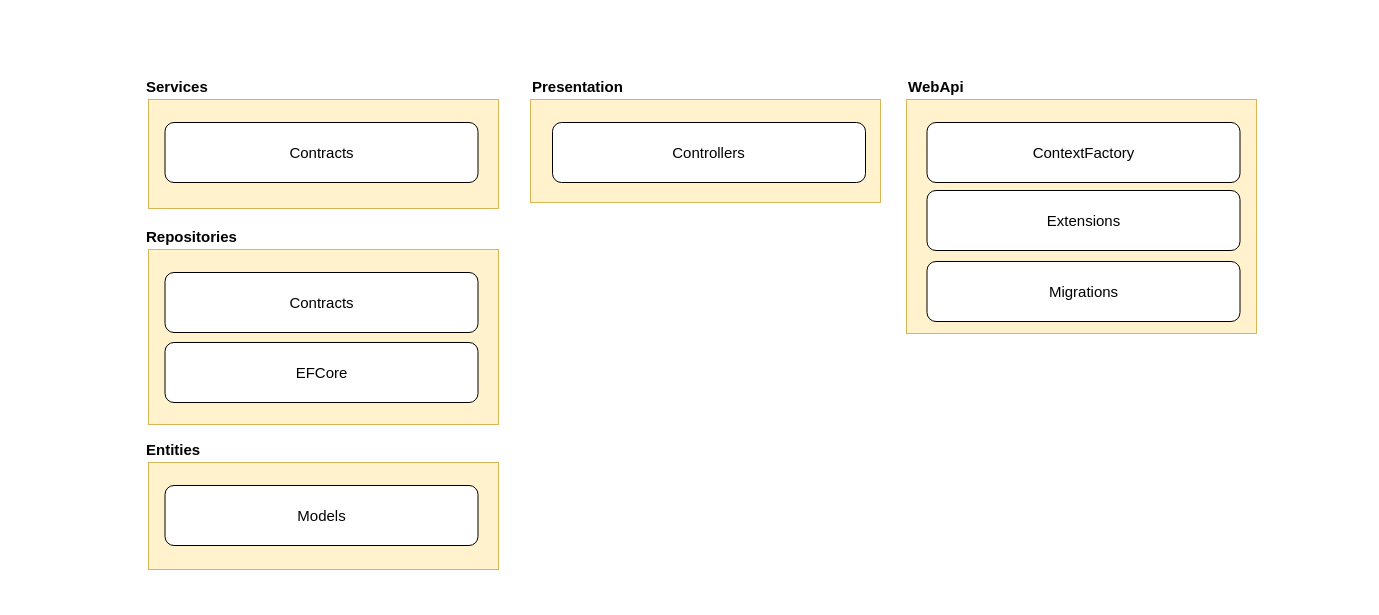
The draw.io diagram drawing.drawio in TopGuru777/BTK-Akademi-ASPNET-Core-Web-Api, before the edit. Source tidied: cells renumbered, new cells numbered last; positions are measured from the earlier drawing's top-left corner, leaving out a move shared by most shapes. Both pictures are drawn from the tidied source at 100%, with x=0, y=0 at pixel (144, 76).
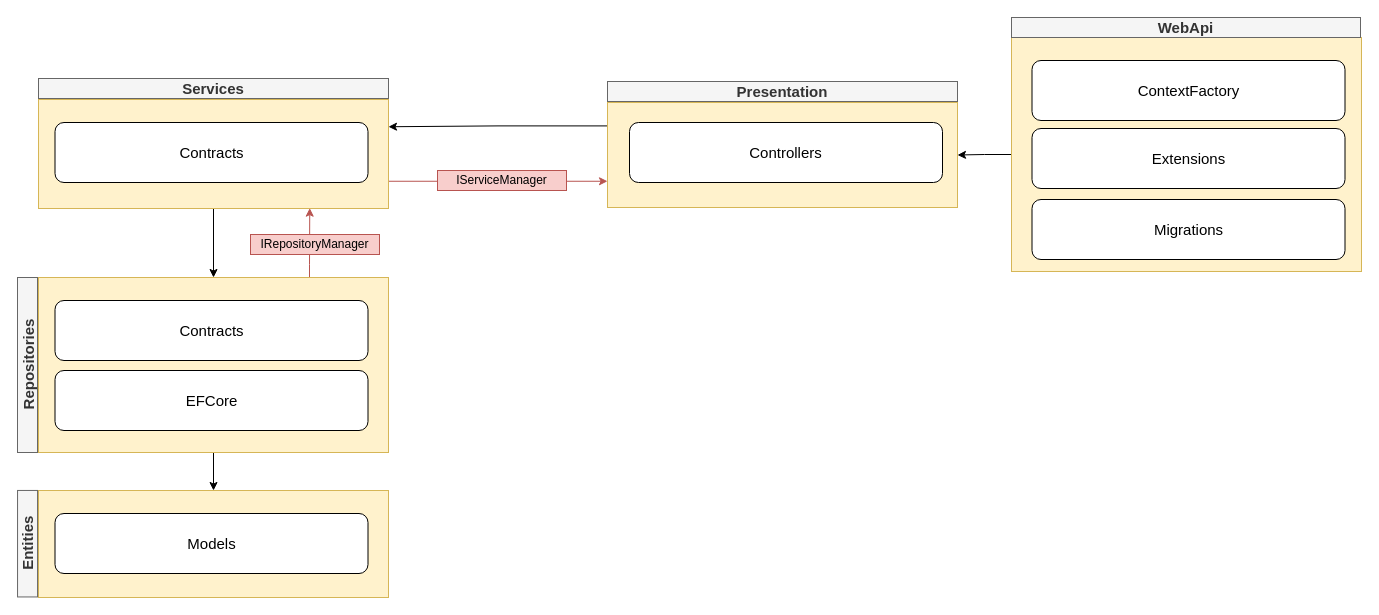
Above is the later version.

The edit, as a diff of the source:
```diff
@@
+    <mxCell id="20" style="edgeStyle=orthogonalEdgeStyle;rounded=0;jettySize=auto;html=1;entryX=1;entryY=0.5;entryDx=0;entryDy=0;" parent="1" edge="1" source="2" target="15">
+      <mxGeometry relative="1" as="geometry" />
+    </mxCell>
     <mxCell id="2" style="rounded=1;whiteSpace=wrap;html=1;fillColor=#fff2cc;strokeColor=#d6b656;arcSize=0;" parent="1" vertex="1">
-      <mxGeometry x="762" y="23" width="350" height="234" as="geometry" />
+      <mxGeometry x="867" y="-39" width="350" height="234" as="geometry" />
     </mxCell>
     <mxCell id="3" value="Migrations" style="rounded=1;whiteSpace=wrap;html=1;fontSize=15;" parent="1" vertex="1">
-      <mxGeometry x="782.5" y="185" width="313" height="60" as="geometry" />
+      <mxGeometry x="887.5" y="123" width="313" height="60" as="geometry" />
     </mxCell>
     <mxCell id="4" style="rounded=1;whiteSpace=wrap;html=1;fillColor=#fff2cc;strokeColor=#d6b656;arcSize=0;" parent="1" vertex="1">
-      <mxGeometry x="4" y="386" width="350" height="107" as="geometry" />
+      <mxGeometry x="-106" y="414" width="350" height="107" as="geometry" />
     </mxCell>
     <mxCell id="5" value="Models" style="rounded=1;whiteSpace=wrap;html=1;fontSize=15;" parent="1" vertex="1">
-      <mxGeometry x="20.5" y="409" width="313" height="60" as="geometry" />
+      <mxGeometry x="-89.5" y="437" width="313" height="60" as="geometry" />
     </mxCell>
-    <mxCell id="6" value="WebApi" style="text;html=1;strokeColor=none;fillColor=none;align=left;verticalAlign=middle;whiteSpace=wrap;rounded=0;fontSize=15;fontStyle=1;" parent="1" vertex="1">
-      <mxGeometry x="762" width="354" height="20" as="geometry" />
+    <mxCell id="6" value="WebApi" style="text;html=1;strokeColor=#666666;fillColor=#f5f5f5;align=center;verticalAlign=middle;whiteSpace=wrap;rounded=0;fontSize=15;fontStyle=1;fontColor=#333333;" parent="1" vertex="1">
+      <mxGeometry x="867" y="-59" width="349" height="20" as="geometry" />
     </mxCell>
-    <mxCell id="7" value="Entities" style="text;html=1;strokeColor=none;fillColor=none;align=left;verticalAlign=middle;whiteSpace=wrap;rounded=0;fontSize=15;fontStyle=1;" parent="1" vertex="1">
-      <mxGeometry y="363" width="354" height="20" as="geometry" />
-    </mxCell>
+    <mxCell id="21" style="edgeStyle=orthogonalEdgeStyle;rounded=0;jettySize=auto;html=1;entryX=0.5;entryY=0;entryDx=0;entryDy=0;" parent="1" edge="1" source="8" target="4">
+      <mxGeometry relative="1" as="geometry" />
+    </mxCell>
+    <mxCell id="22" style="edgeStyle=orthogonalEdgeStyle;rounded=0;jettySize=auto;html=1;entryX=0.775;entryY=0.997;entryDx=0;entryDy=0;entryPerimeter=0;fillColor=#f8cecc;strokeColor=#b85450;" parent="1" edge="1" source="8" target="12">
+      <mxGeometry x="-0.18" y="-133" relative="1" as="geometry">
+        <Array as="points">
+          <mxPoint x="165" y="188" />
+          <mxPoint x="165" y="188" />
+        </Array>
+      </mxGeometry>
+    </mxCell>
     <mxCell id="8" style="rounded=1;whiteSpace=wrap;html=1;fillColor=#fff2cc;strokeColor=#d6b656;arcSize=0;" parent="1" vertex="1">
-      <mxGeometry x="4" y="173" width="350" height="175" as="geometry" />
+      <mxGeometry x="-106" y="201" width="350" height="175" as="geometry" />
     </mxCell>
     <mxCell id="9" value="Contracts" style="rounded=1;whiteSpace=wrap;html=1;fontSize=15;" parent="1" vertex="1">
-      <mxGeometry x="20.5" y="196" width="313" height="60" as="geometry" />
+      <mxGeometry x="-89.5" y="224" width="313" height="60" as="geometry" />
     </mxCell>
-    <mxCell id="10" value="Repositories" style="text;html=1;strokeColor=none;fillColor=none;align=left;verticalAlign=middle;whiteSpace=wrap;rounded=0;fontSize=15;fontStyle=1;" parent="1" vertex="1">
-      <mxGeometry y="150" width="354" height="20" as="geometry" />
+    <mxCell id="10" value="Repositories" style="text;html=1;strokeColor=#666666;fillColor=#f5f5f5;align=center;verticalAlign=middle;whiteSpace=wrap;rounded=0;fontSize=15;fontStyle=1;rotation=-90;fontColor=#333333;" parent="1" vertex="1">
+      <mxGeometry x="-204.5" y="278.5" width="175" height="20" as="geometry" />
     </mxCell>
     <mxCell id="11" value="EFCore" style="rounded=1;whiteSpace=wrap;html=1;fontSize=15;" parent="1" vertex="1">
-      <mxGeometry x="20.5" y="266" width="313" height="60" as="geometry" />
+      <mxGeometry x="-89.5" y="294" width="313" height="60" as="geometry" />
     </mxCell>
+    <mxCell id="23" style="edgeStyle=orthogonalEdgeStyle;rounded=0;jettySize=auto;html=1;entryX=0.5;entryY=0;entryDx=0;entryDy=0;" parent="1" edge="1" source="12" target="8">
+      <mxGeometry relative="1" as="geometry" />
+    </mxCell>
+    <mxCell id="24" style="edgeStyle=orthogonalEdgeStyle;rounded=0;jettySize=auto;html=1;exitX=1;exitY=0.75;exitDx=0;exitDy=0;entryX=0;entryY=0.75;entryDx=0;entryDy=0;fillColor=#f8cecc;strokeColor=#b85450;" parent="1" edge="1" source="12" target="15">
+      <mxGeometry relative="1" as="geometry" />
+    </mxCell>
     <mxCell id="12" style="rounded=1;whiteSpace=wrap;html=1;fillColor=#fff2cc;strokeColor=#d6b656;arcSize=0;" parent="1" vertex="1">
-      <mxGeometry x="4" y="23" width="350" height="109" as="geometry" />
+      <mxGeometry x="-106" y="23" width="350" height="109" as="geometry" />
     </mxCell>
     <mxCell id="13" value="Contracts" style="rounded=1;whiteSpace=wrap;html=1;fontSize=15;" parent="1" vertex="1">
-      <mxGeometry x="20.5" y="46" width="313" height="60" as="geometry" />
+      <mxGeometry x="-89.5" y="46" width="313" height="60" as="geometry" />
     </mxCell>
-    <mxCell id="14" value="Services" style="text;html=1;strokeColor=none;fillColor=none;align=left;verticalAlign=middle;whiteSpace=wrap;rounded=0;fontSize=15;fontStyle=1;" parent="1" vertex="1">
-      <mxGeometry width="354" height="20" as="geometry" />
+    <mxCell id="14" value="Services" style="text;html=1;strokeColor=#666666;fillColor=#f5f5f5;align=center;verticalAlign=middle;whiteSpace=wrap;rounded=0;fontSize=15;fontStyle=1;fontColor=#333333;" parent="1" vertex="1">
+      <mxGeometry x="-106" y="2" width="350" height="20" as="geometry" />
     </mxCell>
+    <mxCell id="25" style="edgeStyle=orthogonalEdgeStyle;rounded=0;jettySize=auto;html=1;entryX=1;entryY=0.25;entryDx=0;entryDy=0;exitX=0.002;exitY=0.223;exitDx=0;exitDy=0;exitPerimeter=0;" parent="1" edge="1" source="15" target="12">
+      <mxGeometry relative="1" as="geometry" />
+    </mxCell>
     <mxCell id="15" style="rounded=1;whiteSpace=wrap;html=1;fillColor=#fff2cc;strokeColor=#d6b656;arcSize=0;" parent="1" vertex="1">
-      <mxGeometry x="386" y="23" width="350" height="103" as="geometry" />
+      <mxGeometry x="463" y="26" width="350" height="105" as="geometry" />
     </mxCell>
     <mxCell id="16" value="Controllers" style="rounded=1;whiteSpace=wrap;html=1;fontSize=15;" parent="1" vertex="1">
-      <mxGeometry x="408" y="46" width="313" height="60" as="geometry" />
+      <mxGeometry x="485" y="46" width="313" height="60" as="geometry" />
     </mxCell>
-    <mxCell id="17" value="Presentation" style="text;html=1;strokeColor=none;fillColor=none;align=left;verticalAlign=middle;whiteSpace=wrap;rounded=0;fontSize=15;fontStyle=1;" parent="1" vertex="1">
-      <mxGeometry x="386" width="354" height="20" as="geometry" />
+    <mxCell id="17" value="Presentation" style="text;html=1;strokeColor=#666666;fillColor=#f5f5f5;align=center;verticalAlign=middle;whiteSpace=wrap;rounded=0;fontSize=15;fontStyle=1;fontColor=#333333;" parent="1" vertex="1">
+      <mxGeometry x="463" y="5" width="350" height="20" as="geometry" />
     </mxCell>
     <mxCell id="18" value="Extensions" style="rounded=1;whiteSpace=wrap;html=1;fontSize=15;" parent="1" vertex="1">
-      <mxGeometry x="782.5" y="114" width="313" height="60" as="geometry" />
+      <mxGeometry x="887.5" y="52" width="313" height="60" as="geometry" />
     </mxCell>
     <mxCell id="19" value="ContextFactory" style="rounded=1;whiteSpace=wrap;html=1;fontSize=15;" parent="1" vertex="1">
-      <mxGeometry x="782.5" y="46" width="313" height="60" as="geometry" />
+      <mxGeometry x="887.5" y="-16" width="313" height="60" as="geometry" />
     </mxCell>
+    <mxCell id="26" value="IRepositoryManager" style="text;html=1;strokeColor=#b85450;fillColor=#f8cecc;align=center;verticalAlign=middle;whiteSpace=wrap;rounded=0;" parent="1" vertex="1">
+      <mxGeometry x="106" y="158" width="129" height="20" as="geometry" />
+    </mxCell>
+    <mxCell id="27" value="IServiceManager" style="text;html=1;strokeColor=#b85450;fillColor=#f8cecc;align=center;verticalAlign=middle;whiteSpace=wrap;rounded=0;" parent="1" vertex="1">
+      <mxGeometry x="293" y="94" width="129" height="20" as="geometry" />
+    </mxCell>
+    <mxCell id="7" value="Entities" style="text;html=1;strokeColor=#666666;fillColor=#f5f5f5;align=center;verticalAlign=middle;whiteSpace=wrap;rounded=0;fontSize=15;fontStyle=1;rotation=-90;fontColor=#333333;" parent="1" vertex="1">
+      <mxGeometry x="-170.2" y="457.2" width="106.5" height="20" as="geometry" />
+    </mxCell>
```
